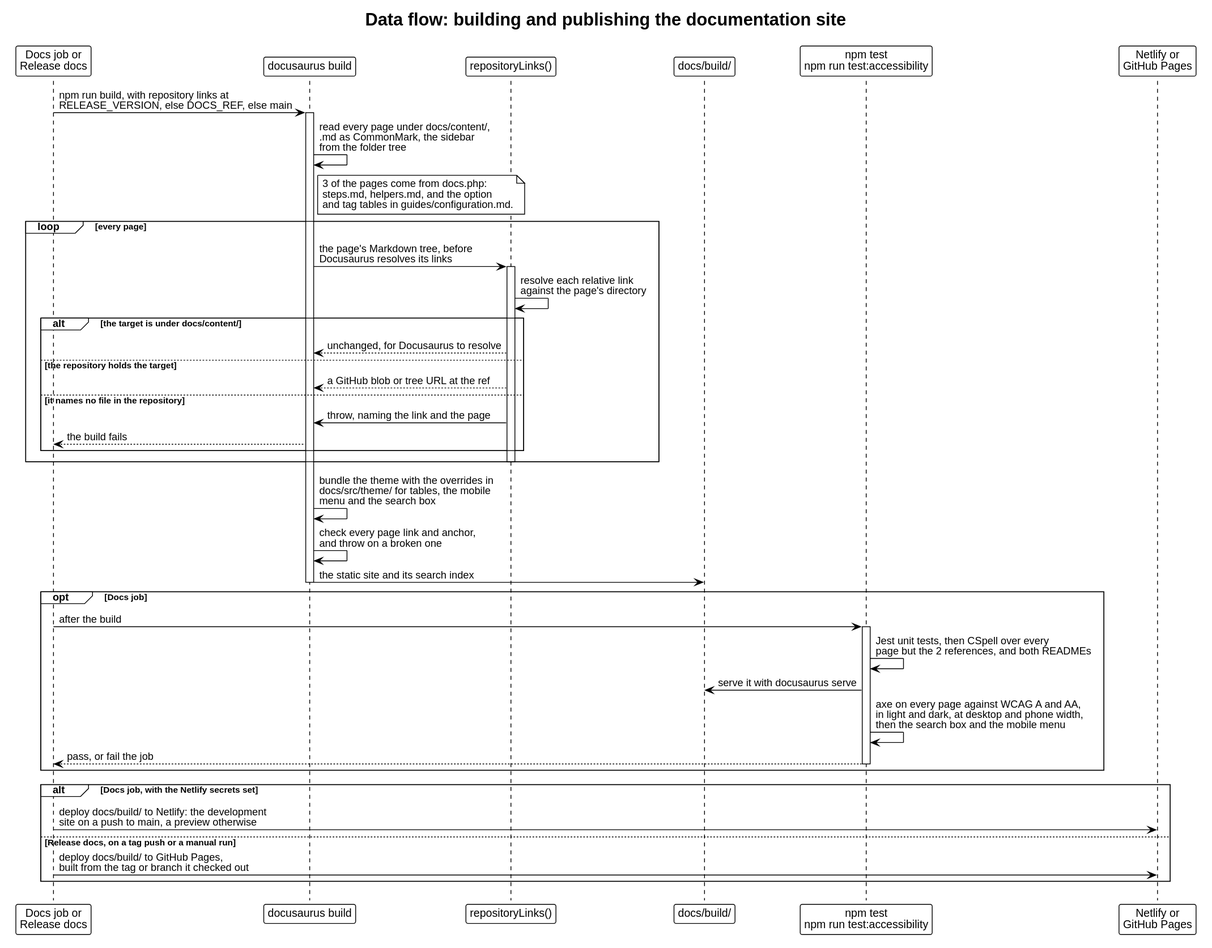
Before: docs/content/architecture/dataflow-docs-site.svg, a diagram exported from PlantUML (drevops/behat-steps).
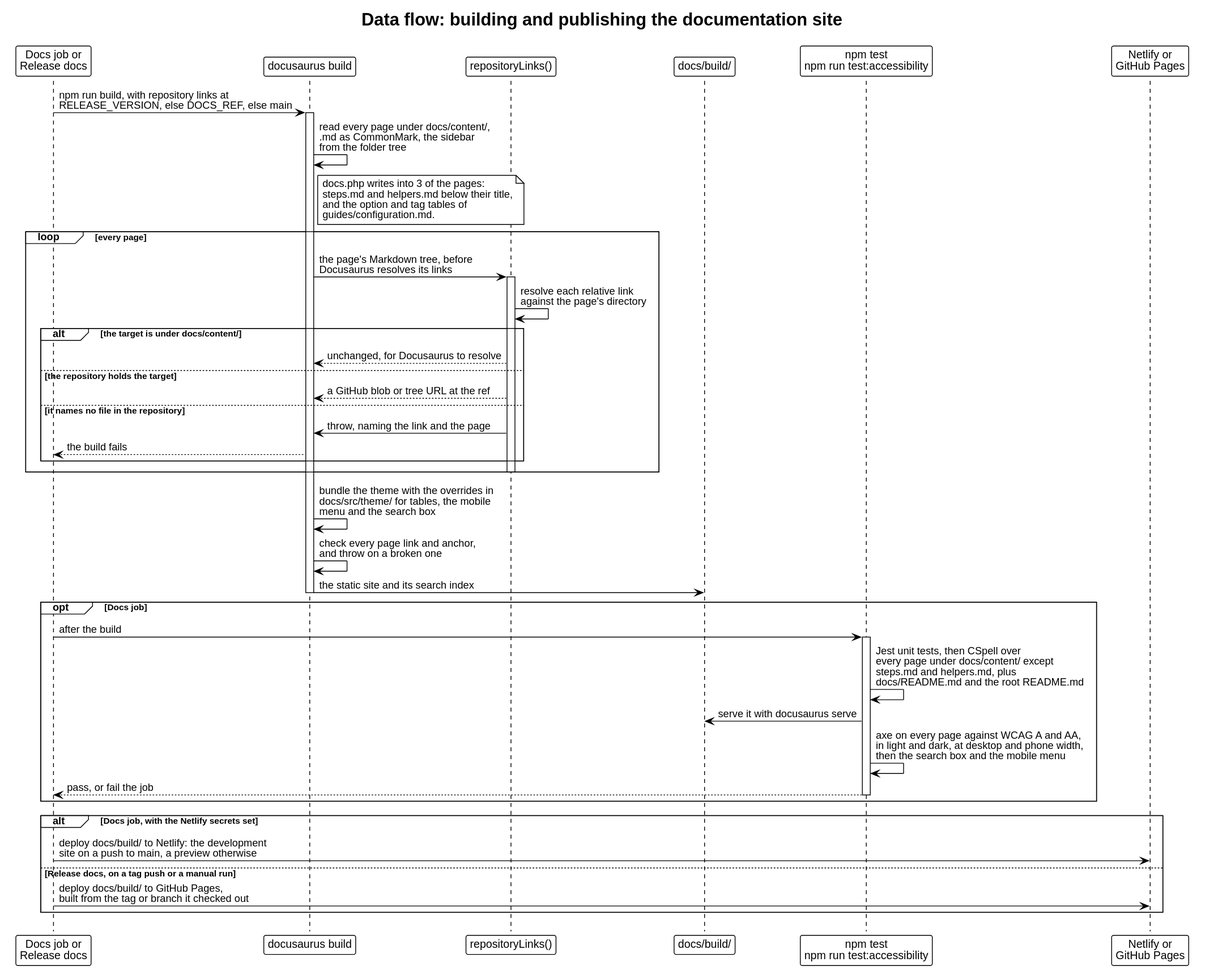
The same diagram one commit later.

Commit message:
[#1063] Tightened what the architecture walkthrough says the spell check covers and which pages 'docs.php' writes into.

Diff of the diagram source:
```diff
@@ -16,9 +16,10 @@
 activate Build
 Build -> Build: read every page under docs/content/,\n.md as CommonMark, the sidebar\nfrom the folder tree
 note right of Build
-  3 of the pages come from docs.php:
-  steps.md, helpers.md, and the option
-  and tag tables in guides/configuration.md.
+  docs.php writes into 3 of the pages:
+  steps.md and helpers.md below their title,
+  and the option and tag tables of
+  guides/configuration.md.
 end note
 
 loop every page
@@ -44,7 +45,7 @@
 opt Docs job
   CI -> Checks: after the build
   activate Checks
-  Checks -> Checks: Jest unit tests, then CSpell over every\npage but the 2 references, and both READMEs
+  Checks -> Checks: Jest unit tests, then CSpell over\nevery page under docs/content/ except\nsteps.md and helpers.md, plus\ndocs/README.md and the root README.md
   Checks -> Out: serve it with docusaurus serve
   Checks -> Checks: axe on every page against WCAG A and AA,\nin light and dark, at desktop and phone width,\nthen the search box and the mobile menu
   Checks --> CI: pass, or fail the job
```
